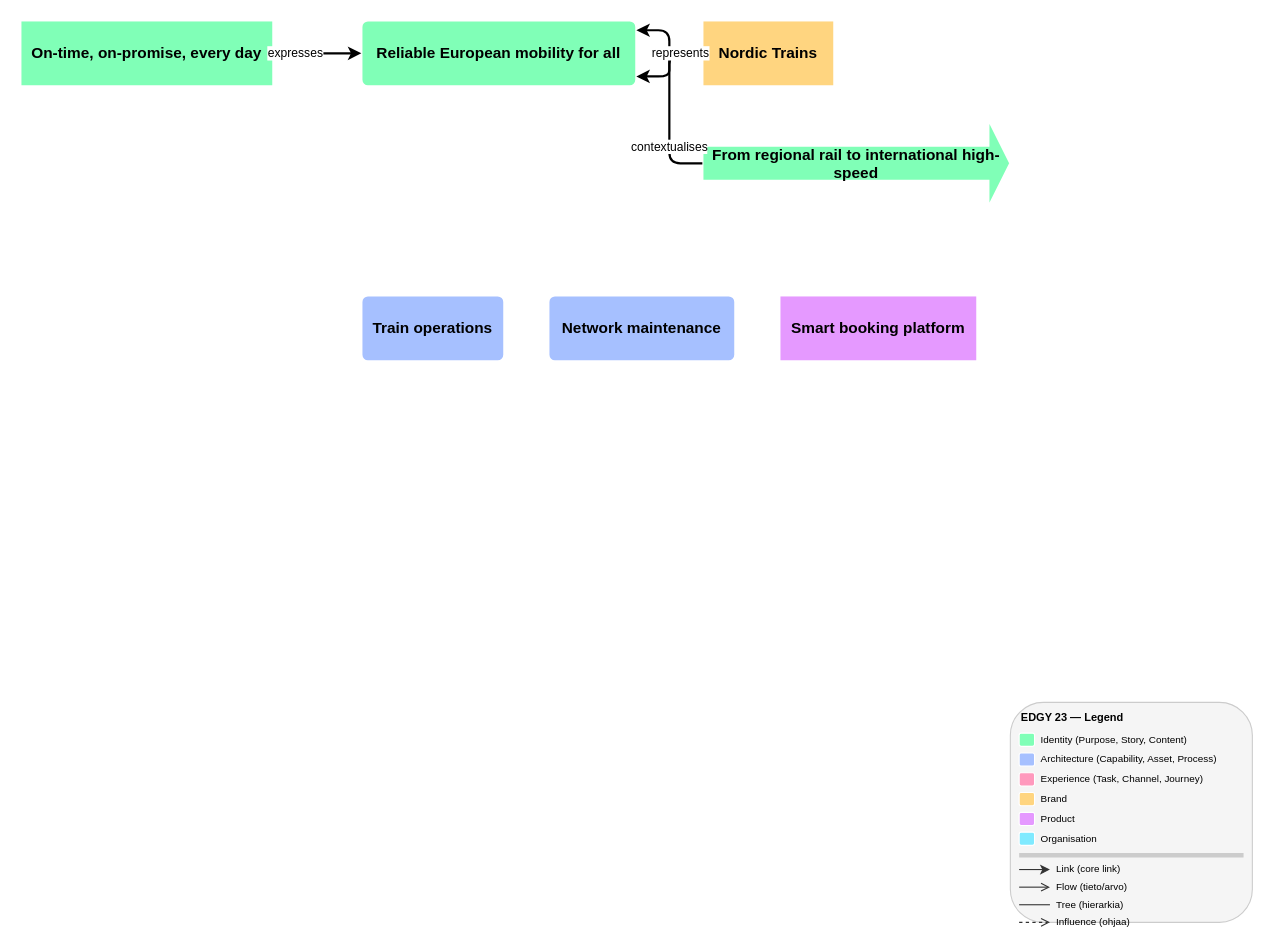
The draw.io diagram skills/documentation/edgy-diagram/examples/expected-purpose.drawio in Rahola/edgy-skills, before the edit. Source tidied: cells renumbered, new cells numbered last; positions are measured from the earlier drawing's top-left corner, leaving out a move shared by most shapes. Both pictures are drawn from the tidied source at 110%, with x=0, y=0 at pixel (20, 20).
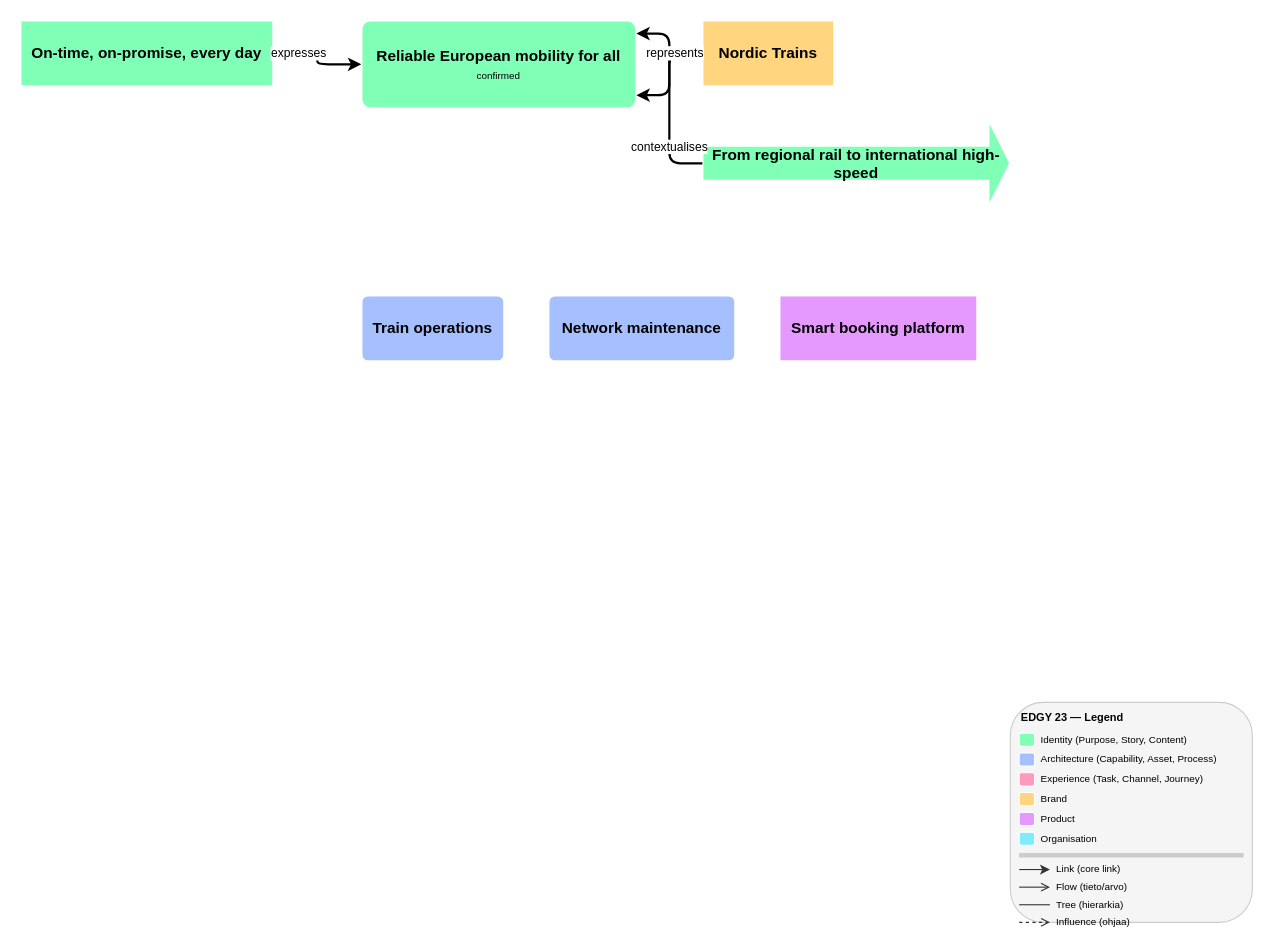
After the change.

Diff of the diagram source:
```diff
@@
-    <mxCell id="2" value="Reliable European mobility for all" style="rounded=1;whiteSpace=wrap;html=1;fillColor=#80ffb7;strokeColor=#FFFFFF;strokeWidth=2;arcSize=10;verticalAlign=middle;fontStyle=1;fontSize=14;" parent="1" vertex="1">
-      <mxGeometry x="310" width="250" height="60" as="geometry" />
+    <mxCell id="2" value="&lt;b&gt;Reliable European mobility for all&lt;/b&gt;&lt;br&gt;&lt;font style=&quot;font-size:9px;font-weight:normal&quot;&gt;confirmed&lt;/font&gt;" style="rounded=1;whiteSpace=wrap;html=1;fillColor=#80ffb7;strokeColor=#FFFFFF;strokeWidth=2;arcSize=10;verticalAlign=middle;fontStyle=1;fontSize=14;" parent="1" vertex="1">
+      <mxGeometry x="310" width="250" height="80" as="geometry" />
     </mxCell>
```
